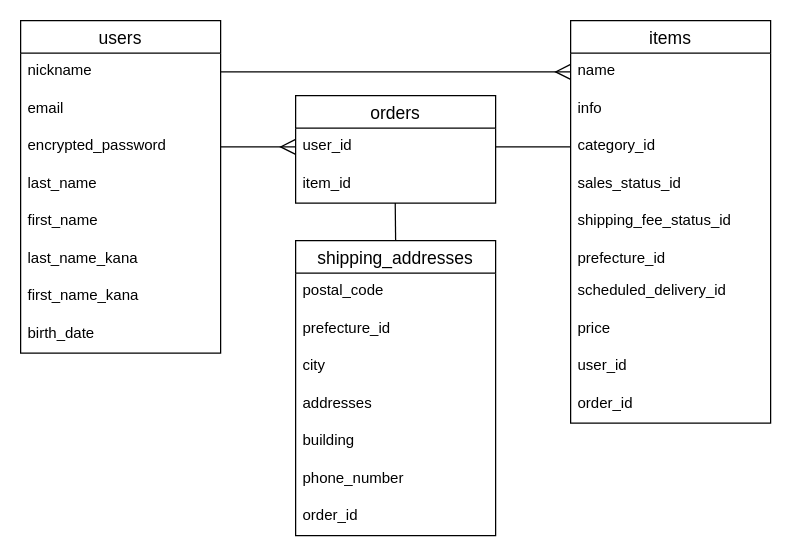
This is DB.dio from 41682/furima-41682, a draw.io file, before an edit. Source tidied: cells renumbered, new cells numbered last; positions are measured from the earlier drawing's top-left corner, leaving out a move shared by most shapes. Both pictures are drawn from the tidied source at 125%, with x=0, y=0 at pixel (20, 20).
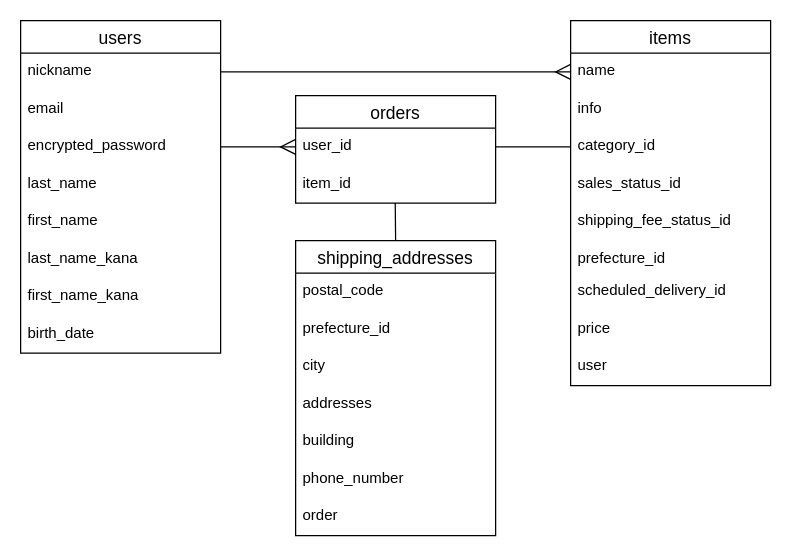
Above is the later version.

Unchanged cells that the change refers to:
```xml
<mxCell id="26" value="shipping_addresses" style="swimlane;fontStyle=0;horizontal=1;startSize=26;align=center;fontSize=14;" parent="1" vertex="1">
  <mxGeometry x="220" y="176" width="160" height="236" as="geometry" />
</mxCell>
```

What changed in the source:
```diff
@@
     <mxCell id="11" value="items" style="swimlane;fontStyle=0;horizontal=1;startSize=26;align=center;fontSize=14;" parent="1" vertex="1">
-      <mxGeometry x="440" width="160" height="322" as="geometry" />
+      <mxGeometry x="440" width="160" height="292" as="geometry" />
     </mxCell>
@@
-    <mxCell id="20" value="user_id" style="text;strokeColor=none;fillColor=none;spacingLeft=4;spacingRight=4;overflow=hidden;fontSize=12;" parent="11" vertex="1">
+    <mxCell id="20" value="user" style="text;strokeColor=none;fillColor=none;spacingLeft=4;spacingRight=4;overflow=hidden;fontSize=12;" parent="11" vertex="1">
       <mxGeometry y="262" width="160" height="30" as="geometry" />
     </mxCell>
-    <mxCell id="21" value="order_id" style="text;strokeColor=none;fillColor=none;spacingLeft=4;spacingRight=4;overflow=hidden;fontSize=12;" parent="11" vertex="1">
-      <mxGeometry y="292" width="160" height="30" as="geometry" />
-    </mxCell>
@@
-    <mxCell id="33" value="order_id" style="text;strokeColor=none;fillColor=none;spacingLeft=4;spacingRight=4;overflow=hidden;fontSize=12;" parent="26" vertex="1">
+    <mxCell id="33" value="order" style="text;strokeColor=none;fillColor=none;spacingLeft=4;spacingRight=4;overflow=hidden;fontSize=12;" parent="26" vertex="1">
       <mxGeometry y="206" width="160" height="30" as="geometry" />
     </mxCell>
```
